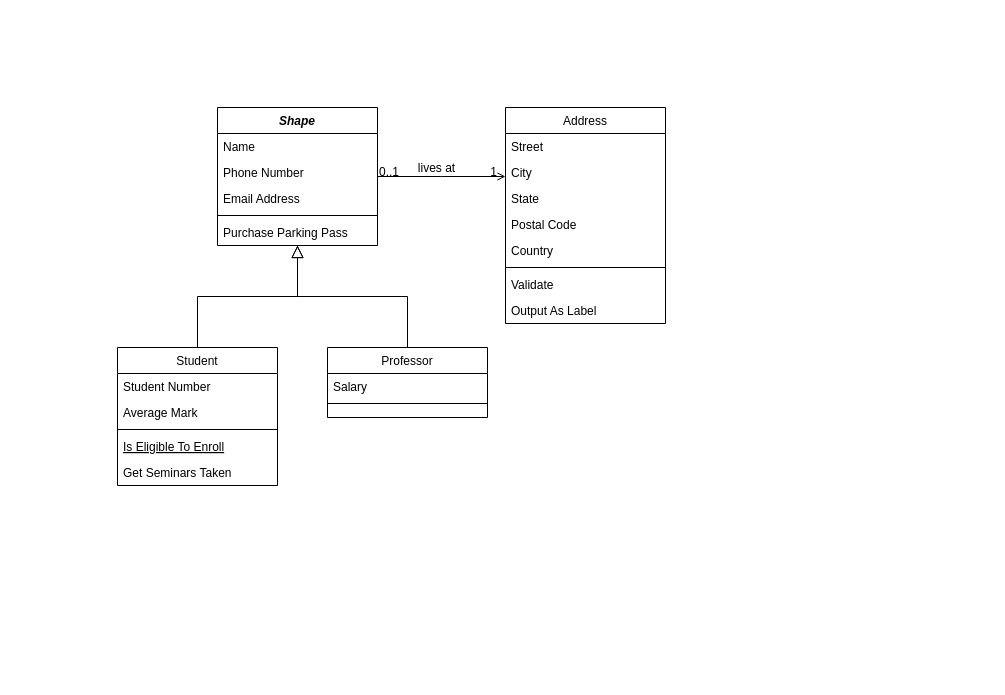
Before: assignment-I/minicad.drawio in ashuftw/SS23-SSE, a draw.io diagram. Source tidied: cells renumbered, new cells numbered last; positions are measured from the earlier drawing's top-left corner, leaving out a move shared by most shapes. Both pictures are drawn from the tidied source at 100%, with x=0, y=0 at pixel (117, 107).
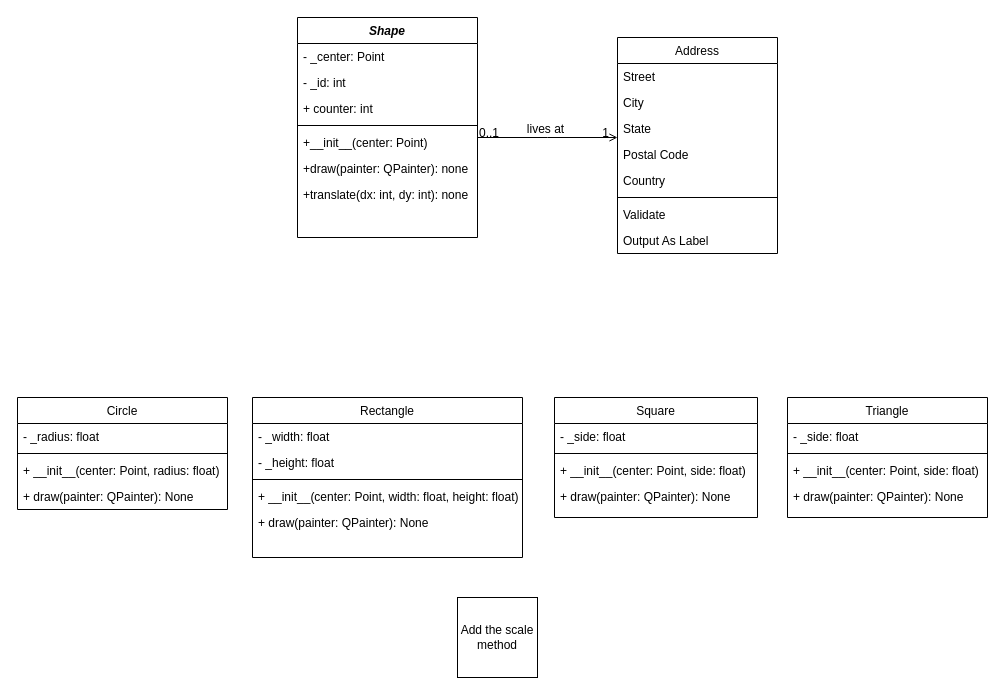
The same diagram, later.

The edit, as a diff of the source:
```diff
@@
     <mxCell id="2" value="Shape" style="swimlane;fontStyle=3;align=center;verticalAlign=top;horizontal=1;startSize=26;rounded=0;shadow=0;strokeWidth=1;" parent="1" vertex="1">
-      <mxGeometry x="100" width="160" height="138" as="geometry" />
+      <mxGeometry x="180" y="-90" width="180" height="220" as="geometry" />
     </mxCell>
-    <mxCell id="3" value="Name" style="text;align=left;verticalAlign=top;spacingLeft=4;spacingRight=4;overflow=hidden;" parent="2" vertex="1">
-      <mxGeometry y="26" width="160" height="26" as="geometry" />
+    <mxCell id="3" value="- _center: Point&#10;" style="text;align=left;verticalAlign=top;spacingLeft=4;spacingRight=4;overflow=hidden;" parent="2" vertex="1">
+      <mxGeometry y="26" width="180" height="26" as="geometry" />
     </mxCell>
-    <mxCell id="4" value="Phone Number" style="text;align=left;verticalAlign=top;spacingLeft=4;spacingRight=4;overflow=hidden;rounded=0;shadow=0;html=0;" parent="2" vertex="1">
-      <mxGeometry y="52" width="160" height="26" as="geometry" />
-    </mxCell>
-    <mxCell id="5" value="Email Address" style="text;align=left;verticalAlign=top;spacingLeft=4;spacingRight=4;overflow=hidden;rounded=0;shadow=0;html=0;" parent="2" vertex="1">
-      <mxGeometry y="78" width="160" height="26" as="geometry" />
+    <mxCell id="5" value="- _id: int&#10;&#10;" style="text;align=left;verticalAlign=top;spacingLeft=4;spacingRight=4;overflow=hidden;rounded=0;shadow=0;html=0;" parent="2" vertex="1">
+      <mxGeometry y="52" width="180" height="26" as="geometry" />
     </mxCell>
+    <mxCell id="32" value="+ counter: int&#10;" style="text;align=left;verticalAlign=top;spacingLeft=4;spacingRight=4;overflow=hidden;rounded=0;shadow=0;html=0;" parent="2" vertex="1">
+      <mxGeometry y="78" width="180" height="26" as="geometry" />
+    </mxCell>
     <mxCell id="6" style="line;html=1;strokeWidth=1;align=left;verticalAlign=middle;spacingTop=-1;spacingLeft=3;spacingRight=3;labelPosition=right;" parent="2" vertex="1">
-      <mxGeometry y="104" width="160" height="8" as="geometry" />
+      <mxGeometry y="104" width="180" height="8" as="geometry" />
     </mxCell>
+    <mxCell id="33" value="+__init__(center: Point)&#10;" style="text;align=left;verticalAlign=top;spacingLeft=4;spacingRight=4;overflow=hidden;" parent="2" vertex="1">
+      <mxGeometry y="112" width="180" height="26" as="geometry" />
+    </mxCell>
-    <mxCell id="7" value="Purchase Parking Pass" style="text;align=left;verticalAlign=top;spacingLeft=4;spacingRight=4;overflow=hidden;" parent="2" vertex="1">
-      <mxGeometry y="112" width="160" height="26" as="geometry" />
+    <mxCell id="7" value="+draw(painter: QPainter): none" style="text;align=left;verticalAlign=top;spacingLeft=4;spacingRight=4;overflow=hidden;" parent="2" vertex="1">
+      <mxGeometry y="138" width="180" height="26" as="geometry" />
     </mxCell>
+    <mxCell id="34" value="+translate(dx: int, dy: int): none" style="text;align=left;verticalAlign=top;spacingLeft=4;spacingRight=4;overflow=hidden;" parent="2" vertex="1">
+      <mxGeometry y="164" width="180" height="26" as="geometry" />
+    </mxCell>
+    <mxCell id="35" value="&#10;" style="text;align=left;verticalAlign=top;spacingLeft=4;spacingRight=4;overflow=hidden;" parent="2" vertex="1">
+      <mxGeometry y="190" width="180" height="26" as="geometry" />
+    </mxCell>
-    <mxCell id="8" value="Student" style="swimlane;fontStyle=0;align=center;verticalAlign=top;horizontal=1;startSize=26;rounded=0;shadow=0;strokeWidth=1;" parent="1" vertex="1">
-      <mxGeometry y="240" width="160" height="138" as="geometry" />
+    <mxCell id="8" value="Circle" style="swimlane;fontStyle=0;align=center;verticalAlign=top;horizontal=1;startSize=26;rounded=0;shadow=0;strokeWidth=1;" parent="1" vertex="1">
+      <mxGeometry x="-100" y="290" width="210" height="112" as="geometry" />
     </mxCell>
-    <mxCell id="9" value="Student Number" style="text;align=left;verticalAlign=top;spacingLeft=4;spacingRight=4;overflow=hidden;" parent="8" vertex="1">
-      <mxGeometry y="26" width="160" height="26" as="geometry" />
-    </mxCell>
-    <mxCell id="10" value="Average Mark" style="text;align=left;verticalAlign=top;spacingLeft=4;spacingRight=4;overflow=hidden;rounded=0;shadow=0;html=0;" parent="8" vertex="1">
-      <mxGeometry y="52" width="160" height="26" as="geometry" />
+    <mxCell id="10" value="- _radius: float" style="text;align=left;verticalAlign=top;spacingLeft=4;spacingRight=4;overflow=hidden;rounded=0;shadow=0;html=0;" parent="8" vertex="1">
+      <mxGeometry y="26" width="210" height="26" as="geometry" />
     </mxCell>
     <mxCell id="11" style="line;html=1;strokeWidth=1;align=left;verticalAlign=middle;spacingTop=-1;spacingLeft=3;spacingRight=3;labelPosition=right;" parent="8" vertex="1">
-      <mxGeometry y="78" width="160" height="8" as="geometry" />
+      <mxGeometry y="52" width="210" height="8" as="geometry" />
     </mxCell>
-    <mxCell id="12" value="Is Eligible To Enroll" style="text;align=left;verticalAlign=top;spacingLeft=4;spacingRight=4;overflow=hidden;fontStyle=4;" parent="8" vertex="1">
-      <mxGeometry y="86" width="160" height="26" as="geometry" />
+    <mxCell id="12" value="+ __init__(center: Point, radius: float)" style="text;align=left;verticalAlign=top;spacingLeft=4;spacingRight=4;overflow=hidden;fontStyle=0;" parent="8" vertex="1">
+      <mxGeometry y="60" width="210" height="26" as="geometry" />
     </mxCell>
-    <mxCell id="13" value="Get Seminars Taken" style="text;align=left;verticalAlign=top;spacingLeft=4;spacingRight=4;overflow=hidden;" parent="8" vertex="1">
-      <mxGeometry y="112" width="160" height="26" as="geometry" />
+    <mxCell id="13" value="+ draw(painter: QPainter): None" style="text;align=left;verticalAlign=top;spacingLeft=4;spacingRight=4;overflow=hidden;" parent="8" vertex="1">
+      <mxGeometry y="86" width="210" height="26" as="geometry" />
     </mxCell>
-    <mxCell id="14" style="endArrow=block;endSize=10;endFill=0;shadow=0;strokeWidth=1;rounded=0;edgeStyle=elbowEdgeStyle;elbow=vertical;" parent="1" edge="1" source="8" target="2">
-      <mxGeometry relative="1" as="geometry" />
-    </mxCell>
-    <mxCell id="15" value="Professor" style="swimlane;fontStyle=0;align=center;verticalAlign=top;horizontal=1;startSize=26;rounded=0;shadow=0;strokeWidth=1;" parent="1" vertex="1">
-      <mxGeometry x="210" y="240" width="160" height="70" as="geometry" />
-    </mxCell>
-    <mxCell id="16" value="Salary" style="text;align=left;verticalAlign=top;spacingLeft=4;spacingRight=4;overflow=hidden;" parent="15" vertex="1">
-      <mxGeometry y="26" width="160" height="26" as="geometry" />
-    </mxCell>
-    <mxCell id="17" style="line;html=1;strokeWidth=1;align=left;verticalAlign=middle;spacingTop=-1;spacingLeft=3;spacingRight=3;labelPosition=right;" parent="15" vertex="1">
-      <mxGeometry y="52" width="160" height="8" as="geometry" />
-    </mxCell>
-    <mxCell id="18" style="endArrow=block;endSize=10;endFill=0;shadow=0;strokeWidth=1;rounded=0;edgeStyle=elbowEdgeStyle;elbow=vertical;" parent="1" edge="1" source="15" target="2">
-      <mxGeometry relative="1" as="geometry" />
-    </mxCell>
     <mxCell id="19" value="Address" style="swimlane;fontStyle=0;align=center;verticalAlign=top;horizontal=1;startSize=26;rounded=0;shadow=0;strokeWidth=1;" parent="1" vertex="1">
-      <mxGeometry x="388" width="160" height="216" as="geometry" />
+      <mxGeometry x="500" y="-70" width="160" height="216" as="geometry" />
     </mxCell>
@@
+    <mxCell id="36" value="Add the scale method" style="whiteSpace=wrap;html=1;" parent="1" vertex="1">
+      <mxGeometry x="340" y="490" width="80" height="80" as="geometry" />
+    </mxCell>
+    <mxCell id="37" value="Rectangle" style="swimlane;fontStyle=0;align=center;verticalAlign=top;horizontal=1;startSize=26;rounded=0;shadow=0;strokeWidth=1;" parent="1" vertex="1">
+      <mxGeometry x="135" y="290" width="270" height="160" as="geometry" />
+    </mxCell>
+    <mxCell id="38" value="- _width: float" style="text;align=left;verticalAlign=top;spacingLeft=4;spacingRight=4;overflow=hidden;rounded=0;shadow=0;html=0;" parent="37" vertex="1">
+      <mxGeometry y="26" width="270" height="26" as="geometry" />
+    </mxCell>
+    <mxCell id="39" value="- _height: float" style="text;align=left;verticalAlign=top;spacingLeft=4;spacingRight=4;overflow=hidden;" parent="37" vertex="1">
+      <mxGeometry y="52" width="270" height="26" as="geometry" />
+    </mxCell>
+    <mxCell id="40" style="line;html=1;strokeWidth=1;align=left;verticalAlign=middle;spacingTop=-1;spacingLeft=3;spacingRight=3;labelPosition=right;" parent="37" vertex="1">
+      <mxGeometry y="78" width="270" height="8" as="geometry" />
+    </mxCell>
+    <mxCell id="41" value="+ __init__(center: Point, width: float, height: float)" style="text;align=left;verticalAlign=top;spacingLeft=4;spacingRight=4;overflow=hidden;fontStyle=0;" parent="37" vertex="1">
+      <mxGeometry y="86" width="270" height="26" as="geometry" />
+    </mxCell>
+    <mxCell id="42" value="+ draw(painter: QPainter): None" style="text;align=left;verticalAlign=top;spacingLeft=4;spacingRight=4;overflow=hidden;rounded=0;shadow=0;html=0;" parent="37" vertex="1">
+      <mxGeometry y="112" width="270" height="26" as="geometry" />
+    </mxCell>
+    <mxCell id="43" value="Square" style="swimlane;fontStyle=0;align=center;verticalAlign=top;horizontal=1;startSize=26;rounded=0;shadow=0;strokeWidth=1;" parent="1" vertex="1">
+      <mxGeometry x="437" y="290" width="203" height="120" as="geometry" />
+    </mxCell>
+    <mxCell id="44" value="- _side: float" style="text;align=left;verticalAlign=top;spacingLeft=4;spacingRight=4;overflow=hidden;rounded=0;shadow=0;html=0;" parent="43" vertex="1">
+      <mxGeometry y="26" width="203" height="26" as="geometry" />
+    </mxCell>
+    <mxCell id="45" style="line;html=1;strokeWidth=1;align=left;verticalAlign=middle;spacingTop=-1;spacingLeft=3;spacingRight=3;labelPosition=right;" parent="43" vertex="1">
+      <mxGeometry y="52" width="203" height="8" as="geometry" />
+    </mxCell>
+    <mxCell id="46" value="+ __init__(center: Point, side: float)" style="text;align=left;verticalAlign=top;spacingLeft=4;spacingRight=4;overflow=hidden;fontStyle=0;" parent="43" vertex="1">
+      <mxGeometry y="60" width="203" height="26" as="geometry" />
+    </mxCell>
+    <mxCell id="47" value="+ draw(painter: QPainter): None" style="text;align=left;verticalAlign=top;spacingLeft=4;spacingRight=4;overflow=hidden;rounded=0;shadow=0;html=0;" parent="43" vertex="1">
+      <mxGeometry y="86" width="203" height="26" as="geometry" />
+    </mxCell>
+    <mxCell id="48" value="Triangle" style="swimlane;fontStyle=0;align=center;verticalAlign=top;horizontal=1;startSize=26;rounded=0;shadow=0;strokeWidth=1;" parent="1" vertex="1">
+      <mxGeometry x="670" y="290" width="200" height="120" as="geometry" />
+    </mxCell>
+    <mxCell id="49" value="- _side: float" style="text;align=left;verticalAlign=top;spacingLeft=4;spacingRight=4;overflow=hidden;rounded=0;shadow=0;html=0;" parent="48" vertex="1">
+      <mxGeometry y="26" width="200" height="26" as="geometry" />
+    </mxCell>
+    <mxCell id="50" style="line;html=1;strokeWidth=1;align=left;verticalAlign=middle;spacingTop=-1;spacingLeft=3;spacingRight=3;labelPosition=right;" parent="48" vertex="1">
+      <mxGeometry y="52" width="200" height="8" as="geometry" />
+    </mxCell>
+    <mxCell id="51" value="+ __init__(center: Point, side: float)" style="text;align=left;verticalAlign=top;spacingLeft=4;spacingRight=4;overflow=hidden;fontStyle=0;" parent="48" vertex="1">
+      <mxGeometry y="60" width="200" height="26" as="geometry" />
+    </mxCell>
+    <mxCell id="52" value="+ draw(painter: QPainter): None" style="text;align=left;verticalAlign=top;spacingLeft=4;spacingRight=4;overflow=hidden;rounded=0;shadow=0;html=0;" parent="48" vertex="1">
+      <mxGeometry y="86" width="200" height="26" as="geometry" />
+    </mxCell>
```
